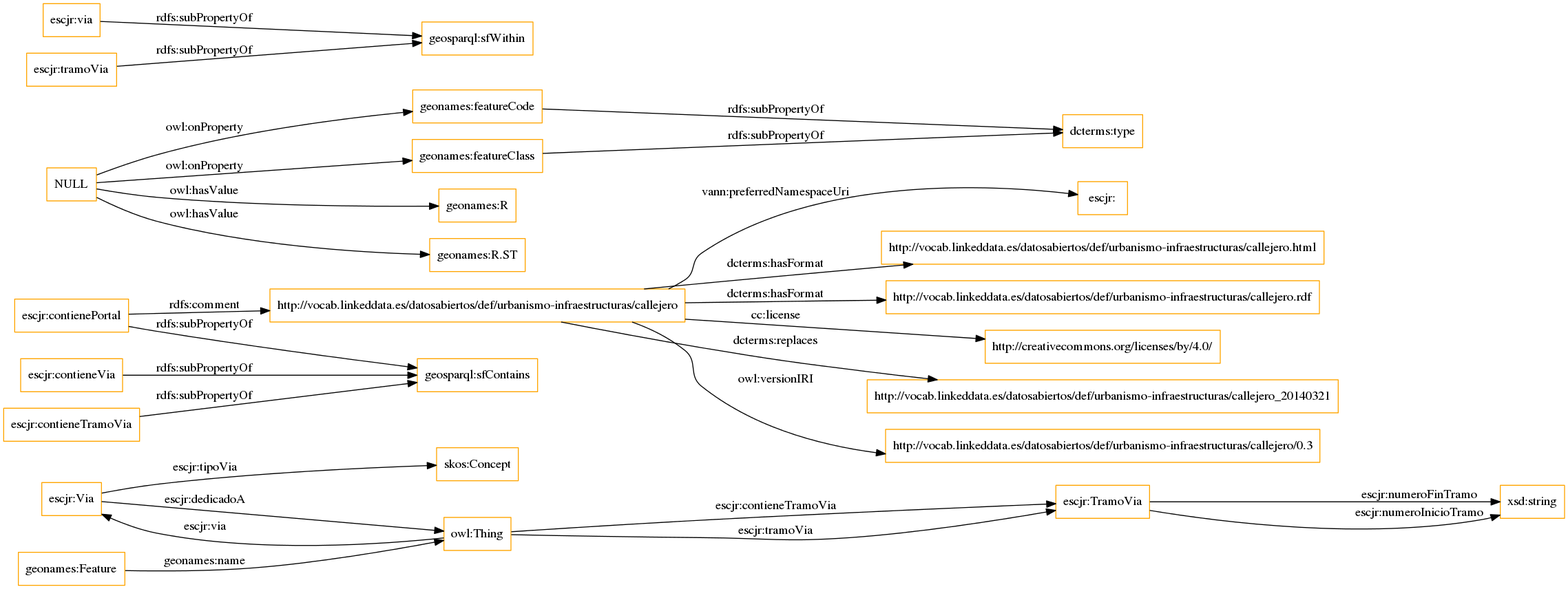
Earlier version of the Graphviz export OnToology/callejero.owl/diagrams/ar2dtool-class/callejero.owl.png (opencitydata/urbanismo-infraestructuras-callejero). Its source is kept beside it as OnToology/callejero.owl/diagrams/ar2dtool-class/callejero.owl.png.dot.
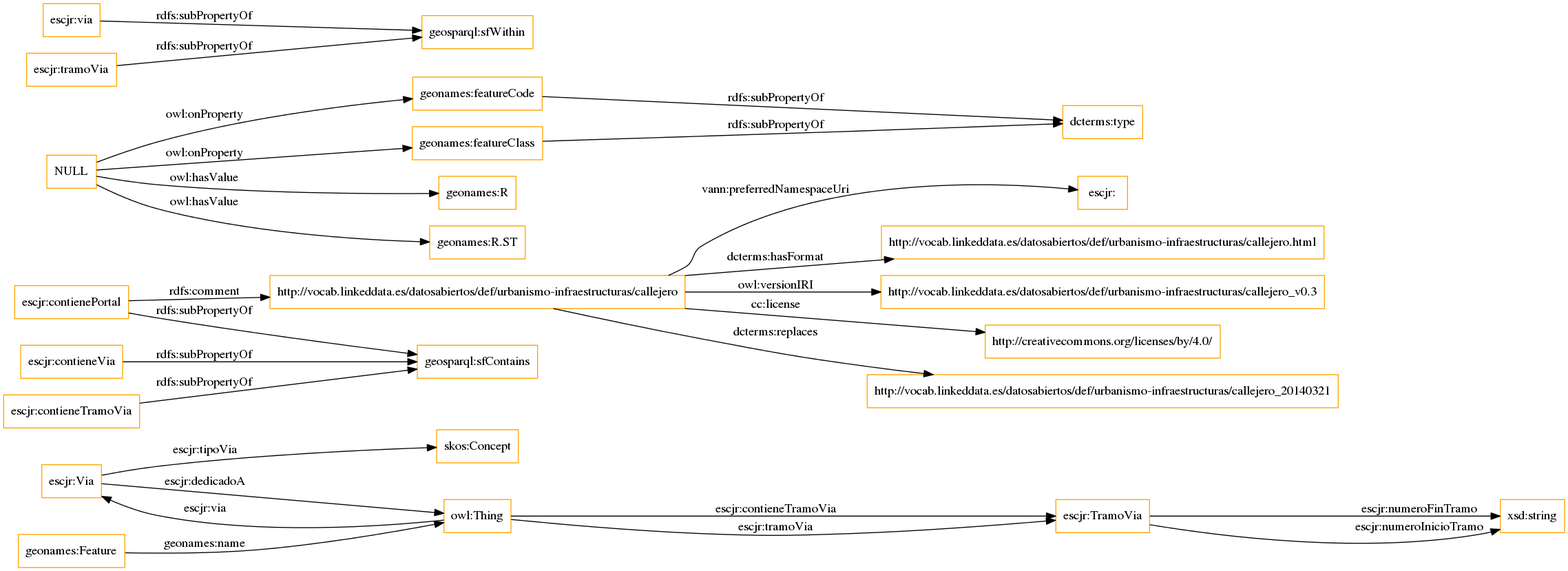
After the commit.

Diff of the diagram source:
```diff
@@ -4,10 +4,9 @@
 node [shape = rectangle, color="orange"]; "skos:Concept" "geonames:Feature" "escjr:Via" "escjr:TramoVia" ; /*classes style*/
 	"http://vocab.linkeddata.es/datosabiertos/def/urbanismo-infraestructuras/callejero" -> "escjr:" [ label = "vann:preferredNamespaceUri" ];
 	"http://vocab.linkeddata.es/datosabiertos/def/urbanismo-infraestructuras/callejero" -> "http://vocab.linkeddata.es/datosabiertos/def/urbanismo-infraestructuras/callejero.html" [ label = "dcterms:hasFormat" ];
-	"http://vocab.linkeddata.es/datosabiertos/def/urbanismo-infraestructuras/callejero" -> "http://vocab.linkeddata.es/datosabiertos/def/urbanismo-infraestructuras/callejero.rdf" [ label = "dcterms:hasFormat" ];
+	"http://vocab.linkeddata.es/datosabiertos/def/urbanismo-infraestructuras/callejero" -> "http://vocab.linkeddata.es/datosabiertos/def/urbanismo-infraestructuras/callejero_v0.3" [ label = "owl:versionIRI" ];
 	"http://vocab.linkeddata.es/datosabiertos/def/urbanismo-infraestructuras/callejero" -> "http://creativecommons.org/licenses/by/4.0/" [ label = "cc:license" ];
 	"http://vocab.linkeddata.es/datosabiertos/def/urbanismo-infraestructuras/callejero" -> "http://vocab.linkeddata.es/datosabiertos/def/urbanismo-infraestructuras/callejero_20140321" [ label = "dcterms:replaces" ];
-	"http://vocab.linkeddata.es/datosabiertos/def/urbanismo-infraestructuras/callejero" -> "http://vocab.linkeddata.es/datosabiertos/def/urbanismo-infraestructuras/callejero/0.3" [ label = "owl:versionIRI" ];
 	"escjr:contienePortal" -> "geosparql:sfContains" [ label = "rdfs:subPropertyOf" ];
 	"escjr:contienePortal" -> "http://vocab.linkeddata.es/datosabiertos/def/urbanismo-infraestructuras/callejero" [ label = "rdfs:comment" ];
 	"escjr:contieneVia" -> "geosparql:sfContains" [ label = "rdfs:subPropertyOf" ];
```
